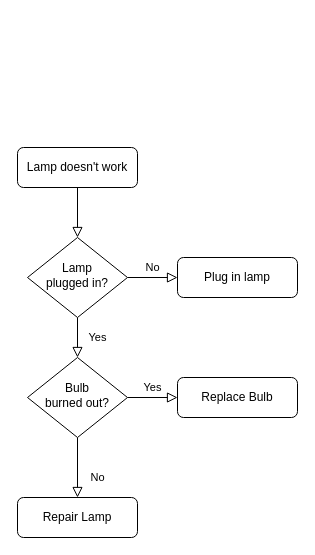
Above: Diagrammes/diagramme activité lancer partie.drawio in Igniiis/projet_splendor (draw.io), before the change. Source tidied: cells renumbered, new cells numbered last; positions are measured from the earlier drawing's top-left corner, leaving out a move shared by most shapes. Both pictures are drawn from the tidied source at 100%, with x=0, y=0 at pixel (17, 147).
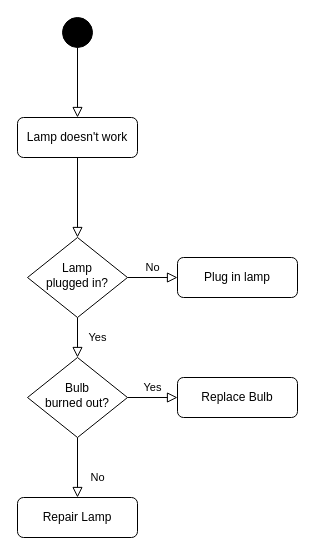
Above is the later version.

Commit message:
Mettre à jour diagramme activité lancer partie.drawio

What changed in the source:
```diff
@@
 <mxGraphModel>
   <root>
     <mxCell id="0" />
     <mxCell id="1" parent="0" />
     <mxCell id="2" style="rounded=0;html=1;jettySize=auto;fontSize=11;endArrow=block;endFill=0;endSize=8;strokeWidth=1;shadow=0;labelBackgroundColor=none;edgeStyle=orthogonalEdgeStyle;" parent="1" edge="1" source="3" target="6">
       <mxGeometry relative="1" as="geometry" />
     </mxCell>
     <mxCell id="3" value="Lamp doesn't work" style="rounded=1;whiteSpace=wrap;html=1;fontSize=12;glass=0;strokeWidth=1;shadow=0;" parent="1" vertex="1">
-      <mxGeometry width="120" height="40" as="geometry" />
+      <mxGeometry y="-30" width="120" height="40" as="geometry" />
     </mxCell>
     <mxCell id="4" value="Yes" style="rounded=0;html=1;jettySize=auto;fontSize=11;endArrow=block;endFill=0;endSize=8;strokeWidth=1;shadow=0;labelBackgroundColor=none;edgeStyle=orthogonalEdgeStyle;" parent="1" edge="1" source="6" target="10">
       <mxGeometry y="20" relative="1" as="geometry" />
     </mxCell>
     <mxCell id="5" value="No" style="edgeStyle=orthogonalEdgeStyle;rounded=0;html=1;jettySize=auto;fontSize=11;endArrow=block;endFill=0;endSize=8;strokeWidth=1;shadow=0;labelBackgroundColor=none;" parent="1" edge="1" source="6" target="7">
       <mxGeometry y="10" relative="1" as="geometry" />
     </mxCell>
     <mxCell id="6" value="Lamp&lt;br&gt;plugged in?" style="rhombus;whiteSpace=wrap;html=1;shadow=0;fontFamily=Helvetica;fontSize=12;align=center;strokeWidth=1;spacing=6;spacingTop=-4;" parent="1" vertex="1">
       <mxGeometry x="10" y="90" width="100" height="80" as="geometry" />
     </mxCell>
     <mxCell id="7" value="Plug in lamp" style="rounded=1;whiteSpace=wrap;html=1;fontSize=12;glass=0;strokeWidth=1;shadow=0;" parent="1" vertex="1">
       <mxGeometry x="160" y="110" width="120" height="40" as="geometry" />
     </mxCell>
     <mxCell id="8" value="No" style="rounded=0;html=1;jettySize=auto;fontSize=11;endArrow=block;endFill=0;endSize=8;strokeWidth=1;shadow=0;labelBackgroundColor=none;edgeStyle=orthogonalEdgeStyle;" parent="1" edge="1" source="10" target="11">
       <mxGeometry x="0.33" y="20" relative="1" as="geometry" />
     </mxCell>
     <mxCell id="9" value="Yes" style="edgeStyle=orthogonalEdgeStyle;rounded=0;html=1;jettySize=auto;fontSize=11;endArrow=block;endFill=0;endSize=8;strokeWidth=1;shadow=0;labelBackgroundColor=none;" parent="1" edge="1" source="10" target="12">
       <mxGeometry y="10" relative="1" as="geometry" />
     </mxCell>
     <mxCell id="10" value="Bulb&lt;br&gt;burned out?" style="rhombus;whiteSpace=wrap;html=1;shadow=0;fontFamily=Helvetica;fontSize=12;align=center;strokeWidth=1;spacing=6;spacingTop=-4;" parent="1" vertex="1">
       <mxGeometry x="10" y="210" width="100" height="80" as="geometry" />
     </mxCell>
     <mxCell id="11" value="Repair Lamp" style="rounded=1;whiteSpace=wrap;html=1;fontSize=12;glass=0;strokeWidth=1;shadow=0;" parent="1" vertex="1">
       <mxGeometry y="350" width="120" height="40" as="geometry" />
     </mxCell>
     <mxCell id="12" value="Replace Bulb" style="rounded=1;whiteSpace=wrap;html=1;fontSize=12;glass=0;strokeWidth=1;shadow=0;" parent="1" vertex="1">
       <mxGeometry x="160" y="230" width="120" height="40" as="geometry" />
     </mxCell>
+    <mxCell id="13" style="ellipse;whiteSpace=wrap;html=1;fillColor=#000000;" parent="1" vertex="1">
+      <mxGeometry x="45" y="-130" width="30" height="30" as="geometry" />
+    </mxCell>
+    <mxCell id="14" style="rounded=0;html=1;jettySize=auto;fontSize=11;endArrow=block;endFill=0;endSize=8;strokeWidth=1;shadow=0;labelBackgroundColor=none;edgeStyle=orthogonalEdgeStyle;" parent="1" edge="1" source="13" target="3">
+      <mxGeometry relative="1" as="geometry" />
+    </mxCell>
   </root>
 </mxGraphModel>
```
